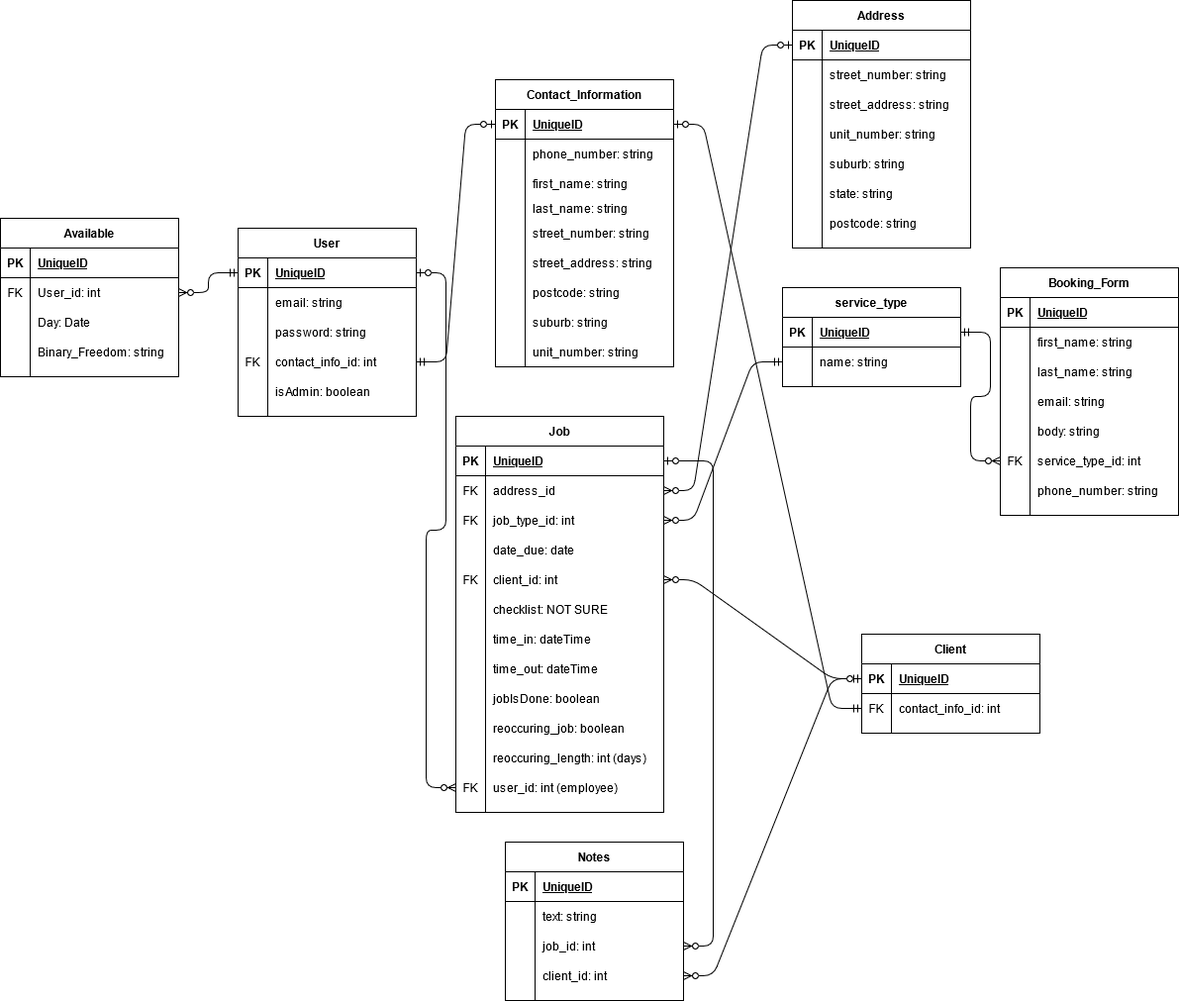
Above: docs/T3A2-ERD.png in Brayydzz/T3A2-A-Full-Stack-App (draw.io), before the change. Source tidied: cells renumbered, new cells last; positions are measured from the earlier drawing's top-left corner, leaving out a move shared by most shapes.
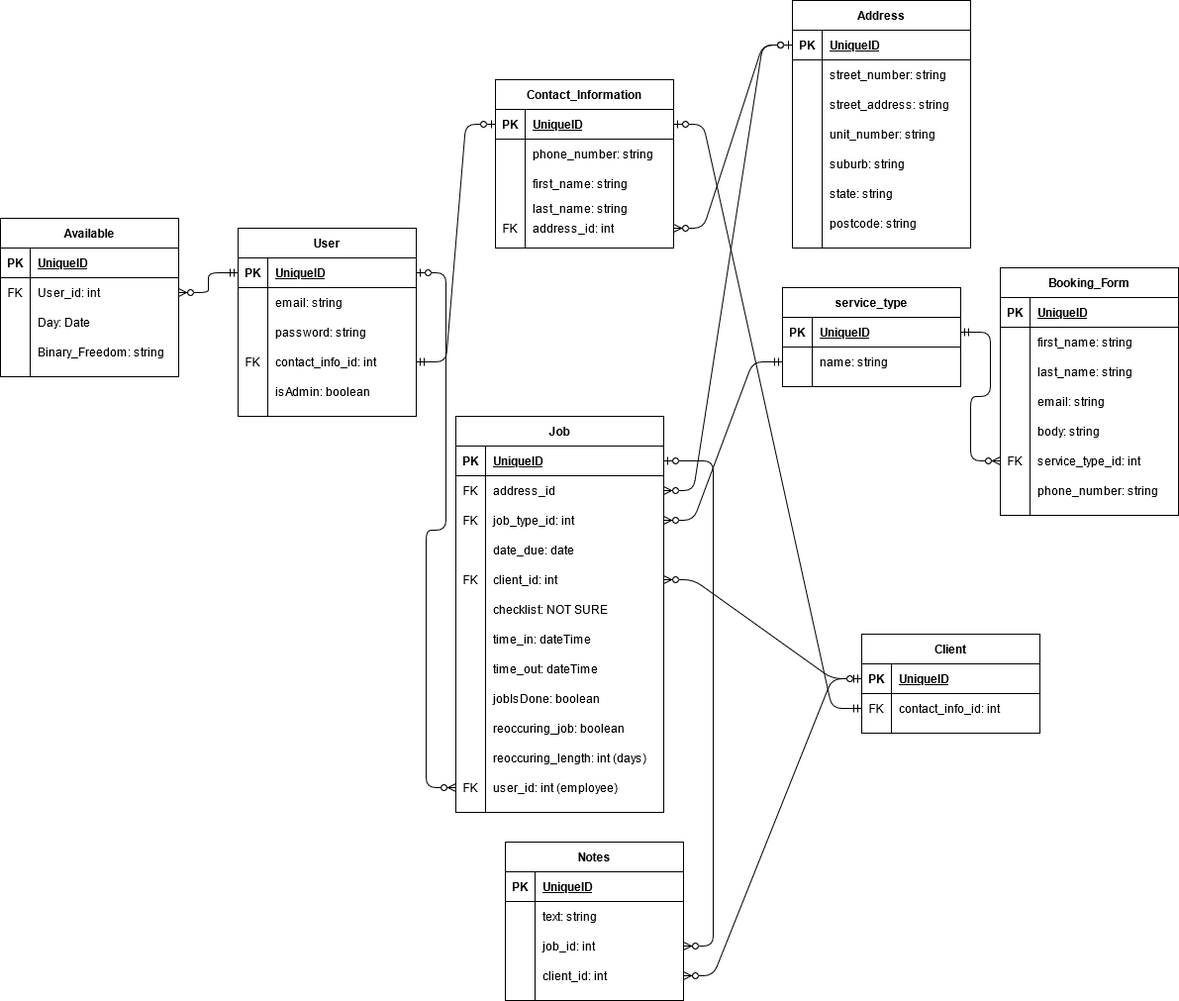
Above is the later version.

What changed in the source:
```diff
@@ -51,7 +51,7 @@
       <mxGeometry x="30" width="150" height="30" as="geometry" />
     </mxCell>
     <mxCell id="18" value="Contact_Information" style="shape=table;startSize=30;rowLines=0;fontStyle=1;align=center;" parent="1" vertex="1">
-      <mxGeometry x="500" y="80" width="180" height="290" as="geometry" />
+      <mxGeometry x="500" y="80" width="180" height="170" as="geometry" />
     </mxCell>
     <mxCell id="19" style="shape=partialRectangle;fillColor=none;top=0;left=0;bottom=1;right=0;points=[[0,0.5],[1,0.5]];portConstraint=eastwest;" parent="18" vertex="1">
       <mxGeometry y="30" width="180" height="30" as="geometry" />
@@ -89,6 +89,15 @@
     <mxCell id="30" value="last_name: string" style="shape=partialRectangle;fillColor=none;top=0;left=0;bottom=0;right=0;align=left;spacingLeft=6;overflow=hidden;" parent="28" vertex="1">
       <mxGeometry x="30" width="150" height="20" as="geometry" />
     </mxCell>
+    <mxCell id="167" style="shape=partialRectangle;fillColor=none;top=0;left=0;bottom=0;right=0;points=[[0,0.5],[1,0.5]];portConstraint=eastwest;" parent="18" vertex="1">
+      <mxGeometry y="140" width="180" height="20" as="geometry" />
+    </mxCell>
+    <mxCell id="168" value="FK" style="shape=partialRectangle;fillColor=none;top=0;left=0;bottom=0;right=0;overflow=hidden;" parent="167" vertex="1">
+      <mxGeometry width="30" height="20" as="geometry" />
+    </mxCell>
+    <mxCell id="169" value="address_id: int" style="shape=partialRectangle;fillColor=none;top=0;left=0;bottom=0;right=0;align=left;spacingLeft=6;overflow=hidden;" parent="167" vertex="1">
+      <mxGeometry x="30" width="150" height="20" as="geometry" />
+    </mxCell>
     <mxCell id="31" value="Job" style="shape=table;startSize=30;rowLines=0;fontStyle=1;align=center;" parent="1" vertex="1">
       <mxGeometry x="460" y="420" width="210" height="400" as="geometry" />
     </mxCell>
@@ -407,21 +416,6 @@
     <mxCell id="136" style="edgeStyle=entityRelationEdgeStyle;fontSize=12;html=1;endArrow=ERzeroToMany;startArrow=ERzeroToOne;" parent="1" edge="1" source="3" target="65">
       <mxGeometry relative="1" as="geometry" />
     </mxCell>
-    <mxCell id="137" value="street_number: string" style="shape=partialRectangle;fillColor=none;top=0;left=0;bottom=0;right=0;align=left;spacingLeft=6;overflow=hidden;" parent="1" vertex="1">
-      <mxGeometry x="530" y="220" width="150" height="30" as="geometry" />
-    </mxCell>
-    <mxCell id="138" value="street_address: string" style="shape=partialRectangle;fillColor=none;top=0;left=0;bottom=0;right=0;align=left;spacingLeft=6;overflow=hidden;" parent="1" vertex="1">
-      <mxGeometry x="530" y="250" width="150" height="30" as="geometry" />
-    </mxCell>
-    <mxCell id="139" value="postcode: string" style="shape=partialRectangle;fillColor=none;top=0;left=0;bottom=0;right=0;align=left;spacingLeft=6;overflow=hidden;" parent="1" vertex="1">
-      <mxGeometry x="530" y="280" width="150" height="30" as="geometry" />
-    </mxCell>
-    <mxCell id="140" value="suburb: string" style="shape=partialRectangle;fillColor=none;top=0;left=0;bottom=0;right=0;align=left;spacingLeft=6;overflow=hidden;" parent="1" vertex="1">
-      <mxGeometry x="530" y="310" width="150" height="30" as="geometry" />
-    </mxCell>
-    <mxCell id="141" value="unit_number: string" style="shape=partialRectangle;fillColor=none;top=0;left=0;bottom=0;right=0;align=left;spacingLeft=6;overflow=hidden;" parent="1" vertex="1">
-      <mxGeometry x="530" y="340" width="150" height="30" as="geometry" />
-    </mxCell>
     <mxCell id="142" style="edgeStyle=entityRelationEdgeStyle;fontSize=12;html=1;endArrow=ERzeroToMany;startArrow=ERzeroToOne;" parent="1" edge="1" source="32" target="92">
       <mxGeometry relative="1" as="geometry" />
     </mxCell>
@@ -497,5 +491,8 @@
     <mxCell id="166" style="edgeStyle=entityRelationEdgeStyle;fontSize=12;html=1;endArrow=ERzeroToMany;startArrow=ERzeroToOne;" parent="1" edge="1" source="145" target="35">
       <mxGeometry relative="1" as="geometry" />
     </mxCell>
+    <mxCell id="170" style="edgeStyle=entityRelationEdgeStyle;fontSize=12;html=1;endArrow=ERzeroToMany;startArrow=ERzeroToOne;" parent="1" edge="1" source="145" target="167">
+      <mxGeometry relative="1" as="geometry" />
+    </mxCell>
   </root>
 </mxGraphModel>
```
